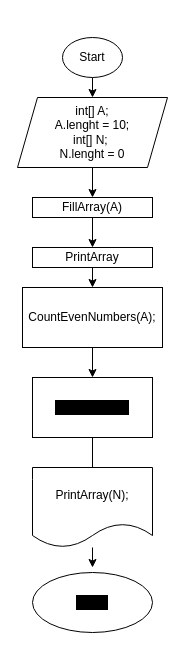
gribovskiyuriy/itogovoe_zadanie keeps this draw.io diagram as page "общая блок-схема" (1 of 5) of блок-схема.drawio. Above is the earlier version. Source tidied: cells renumbered, new cells numbered last; positions are measured from the earlier drawing's top-left corner, leaving out a move shared by most shapes. Both pictures are drawn from the tidied source at 100%, with x=0, y=0 at pixel (17, 37).
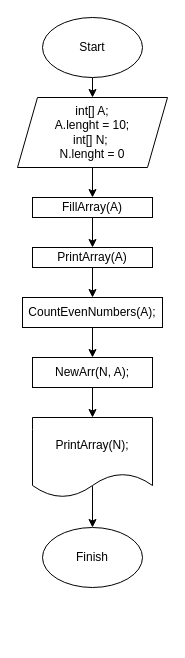
The same page after the edit.

Commit message:
Добавляем сохранение

Diff of the diagram source:
```diff
@@
-    <mxCell id="5" style="edgeStyle=none;html=1;" parent="1" edge="1">
+    <mxCell id="5" style="edgeStyle=none;html=1;entryX=0.5;entryY=0;entryDx=0;entryDy=0;" parent="1" edge="1" target="17">
       <mxGeometry relative="1" as="geometry">
         <mxPoint x="75" y="230" as="sourcePoint" />
-        <mxPoint x="75" y="250" as="targetPoint" />
       </mxGeometry>
     </mxCell>
-    <mxCell id="6" style="edgeStyle=none;html=1;" parent="1" edge="1" target="8">
-      <mxGeometry relative="1" as="geometry">
-        <mxPoint x="75" y="310" as="sourcePoint" />
-      </mxGeometry>
-    </mxCell>
-    <mxCell id="7" style="edgeStyle=none;html=1;startArrow=none;" parent="1" edge="1" source="11">
-      <mxGeometry relative="1" as="geometry">
-        <mxPoint x="75" y="530" as="targetPoint" />
-      </mxGeometry>
-    </mxCell>
-    <mxCell id="8" value="NewArr(N, A);" style="whiteSpace=wrap;html=1;labelBackgroundColor=#000000;" parent="1" vertex="1">
-      <mxGeometry x="15" y="340" width="120" height="60" as="geometry" />
-    </mxCell>
-    <mxCell id="9" style="edgeStyle=none;html=1;" parent="1" edge="1" target="10">
-      <mxGeometry relative="1" as="geometry">
-        <mxPoint x="75" y="590" as="sourcePoint" />
-      </mxGeometry>
-    </mxCell>
-    <mxCell id="10" value="Finish" style="ellipse;whiteSpace=wrap;html=1;labelBackgroundColor=#000000;" parent="1" vertex="1">
-      <mxGeometry x="15" y="535" width="120" height="60" as="geometry" />
-    </mxCell>
+    <mxCell id="18" style="edgeStyle=none;html=1;entryX=0.5;entryY=0;entryDx=0;entryDy=0;exitX=0.5;exitY=0.858;exitDx=0;exitDy=0;exitPerimeter=0;" parent="1" edge="1" source="11">
+      <mxGeometry relative="1" as="geometry">
+        <mxPoint x="75" y="490" as="targetPoint" />
+      </mxGeometry>
+    </mxCell>
     <mxCell id="11" value="PrintArrау(N);" style="shape=document;whiteSpace=wrap;html=1;boundedLbl=1;labelBackgroundColor=none;" parent="1" vertex="1">
-      <mxGeometry x="15" y="430" width="120" height="80" as="geometry" />
+      <mxGeometry x="15" y="380" width="120" height="80" as="geometry" />
     </mxCell>
-    <mxCell id="12" style="edgeStyle=none;html=1;endArrow=none;" parent="1" edge="1" source="8" target="11">
-      <mxGeometry relative="1" as="geometry" />
-    </mxCell>
@@
     <mxCell id="14" value="Start" style="ellipse;whiteSpace=wrap;html=1;labelBackgroundColor=none;" parent="1" vertex="1">
-      <mxGeometry x="45" width="60" height="40" as="geometry" />
+      <mxGeometry x="25" y="-20" width="100" height="60" as="geometry" />
     </mxCell>
@@
-    <mxCell id="16" value="PrintArray" style="rounded=0;whiteSpace=wrap;html=1;labelBackgroundColor=none;" parent="1" vertex="1">
+    <mxCell id="16" value="PrintArray(A)" style="rounded=0;whiteSpace=wrap;html=1;labelBackgroundColor=none;" parent="1" vertex="1">
       <mxGeometry x="15" y="210" width="120" height="20" as="geometry" />
     </mxCell>
+    <mxCell id="19" style="edgeStyle=none;html=1;entryX=0.5;entryY=0;entryDx=0;entryDy=0;" parent="1" edge="1" source="17" target="8">
+      <mxGeometry relative="1" as="geometry" />
+    </mxCell>
     <mxCell id="17" value="CountEvenNumbers(A);" style="rounded=0;whiteSpace=wrap;html=1;labelBackgroundColor=none;" parent="1" vertex="1">
-      <mxGeometry x="5" y="250" width="140" height="60" as="geometry" />
+      <mxGeometry x="5" y="260" width="140" height="30" as="geometry" />
     </mxCell>
+    <mxCell id="12" style="edgeStyle=none;html=1;entryX=0.5;entryY=0;entryDx=0;entryDy=0;" parent="1" edge="1" source="8" target="11">
+      <mxGeometry relative="1" as="geometry" />
+    </mxCell>
+    <mxCell id="8" value="&lt;div&gt;&lt;span&gt;NewArr(N, A);&lt;/span&gt;&lt;br&gt;&lt;/div&gt;" style="rounded=0;whiteSpace=wrap;html=1;labelBackgroundColor=none;" parent="1" vertex="1">
+      <mxGeometry x="15" y="320" width="120" height="30" as="geometry" />
+    </mxCell>
+    <mxCell id="10" value="Finish" style="ellipse;whiteSpace=wrap;html=1;labelBackgroundColor=none;" parent="1" vertex="1">
+      <mxGeometry x="25" y="490" width="100" height="60" as="geometry" />
+    </mxCell>
```
